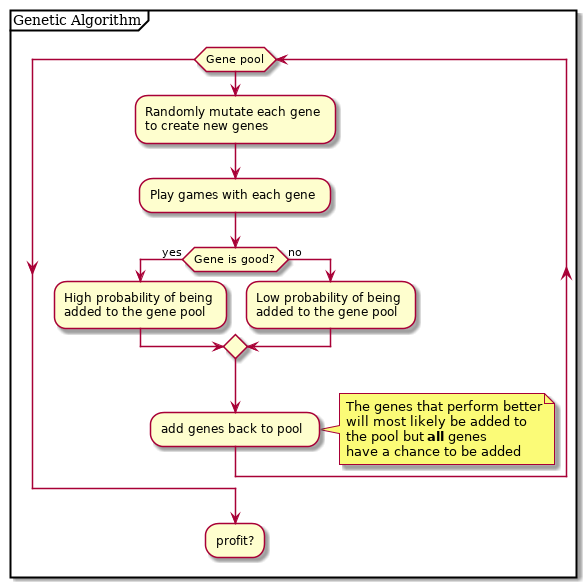
This is genetic_algo.png from arwn/dota-write-up, a PlantUML export, as it was before one commit. Source of this version:
```plantuml
@startuml
partition "Genetic Algorithm" {
	while (Gene pool)
	:Randomly mutate each gene
	to create new genes;
	:Play games with each gene;
	if (Gene is good?) then (yes)
	:High probability of being
	added to the gene pool;
	else (no)
	:Low probability of being
	added to the gene pool;
	endif
	:add genes back to pool;
	note right
	The genes that perform better
	will most likely be added to
	the pool but <b>all</b> genes
	have a chance to be added
	end note
	endwhile
	:profit?;
}
@enduml
```
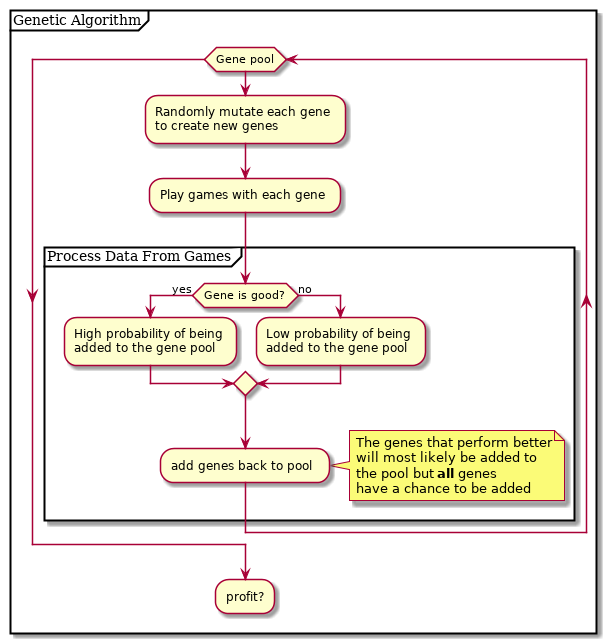
After the change.

The edit, as a diff of the source:
```diff
@@ -4,20 +4,22 @@
 	:Randomly mutate each gene
 	to create new genes;
 	:Play games with each gene;
-	if (Gene is good?) then (yes)
-	:High probability of being
-	added to the gene pool;
-	else (no)
-	:Low probability of being
-	added to the gene pool;
-	endif
-	:add genes back to pool;
-	note right
-	The genes that perform better
-	will most likely be added to
-	the pool but <b>all</b> genes
-	have a chance to be added
-	end note
+	partition "Process Data From Games" {
+		if (Gene is good?) then (yes)
+		:High probability of being
+		added to the gene pool;
+		else (no)
+		:Low probability of being
+		added to the gene pool;
+		endif
+		:add genes back to pool;
+		note right
+		The genes that perform better
+		will most likely be added to
+		the pool but <b>all</b> genes
+		have a chance to be added
+		end note
+	}
 	endwhile
 	:profit?;
 }
```
